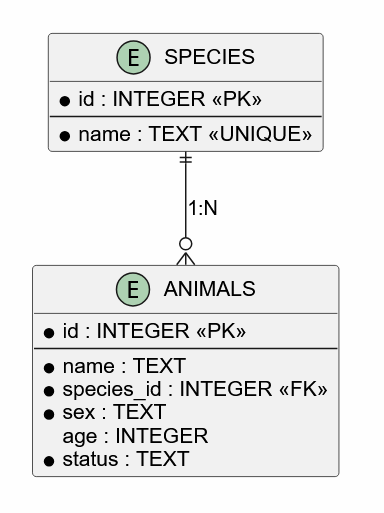
The PlantUML diagram docs/diagram/Database.png in Togetsy/ShelterBase, before a commit. Its source is kept beside it as docs/diagram/database.puml. Its diagram source:
```plantuml
@startuml
hide methods
hide stereotypes
skinparam linetype ortho
skinparam entity {
    BackgroundColor White
    BorderColor Black
    FontColor Black
}

entity "SPECIES" as species {
    * id : INTEGER <<PK>>
    --
    * name : TEXT <<UNIQUE>>
}

entity "ANIMALS" as animals {
    * id : INTEGER <<PK>>
    --
    * name : TEXT
    * species_id : INTEGER <<FK>>
    * sex : TEXT
    age : INTEGER
    * status : TEXT
}

species ||--o{ animals : "1:N"

@enduml
```
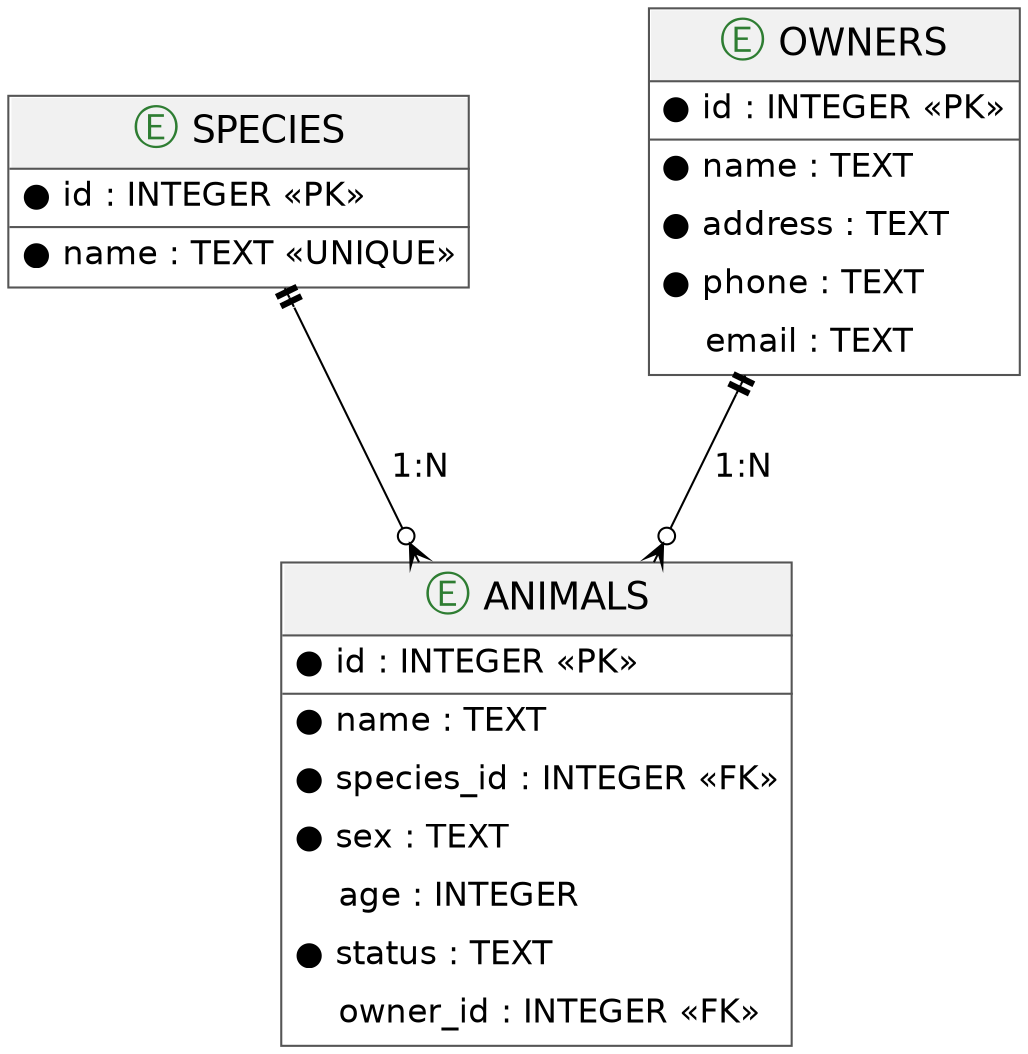
After the commit.

Change to the diagram source:
```diff
@@ -1,29 +1,33 @@
 @startuml
 hide methods
 hide stereotypes
-skinparam linetype ortho
-skinparam entity {
-    BackgroundColor White
-    BorderColor Black
-    FontColor Black
+
+entity SPECIES {
+  * id : INTEGER <<PK>>
+  --
+  * name : TEXT <<UNIQUE>>
 }
 
-entity "SPECIES" as species {
-    * id : INTEGER <<PK>>
-    --
-    * name : TEXT <<UNIQUE>>
+entity OWNERS {
+  * id : INTEGER <<PK>>
+  --
+  * name : TEXT
+  * address : TEXT
+  * phone : TEXT
+  email : TEXT
 }
 
-entity "ANIMALS" as animals {
-    * id : INTEGER <<PK>>
-    --
-    * name : TEXT
-    * species_id : INTEGER <<FK>>
-    * sex : TEXT
-    age : INTEGER
-    * status : TEXT
+entity ANIMALS {
+  * id : INTEGER <<PK>>
+  --
+  * name : TEXT
+  * species_id : INTEGER <<FK>>
+  * sex : TEXT
+  age : INTEGER
+  * status : TEXT
+  owner_id : INTEGER <<FK>>
 }
 
-species ||--o{ animals : "1:N"
-
+SPECIES ||--o{ ANIMALS : "1:N"
+OWNERS ||--o{ ANIMALS : "1:N"
 @enduml
```
